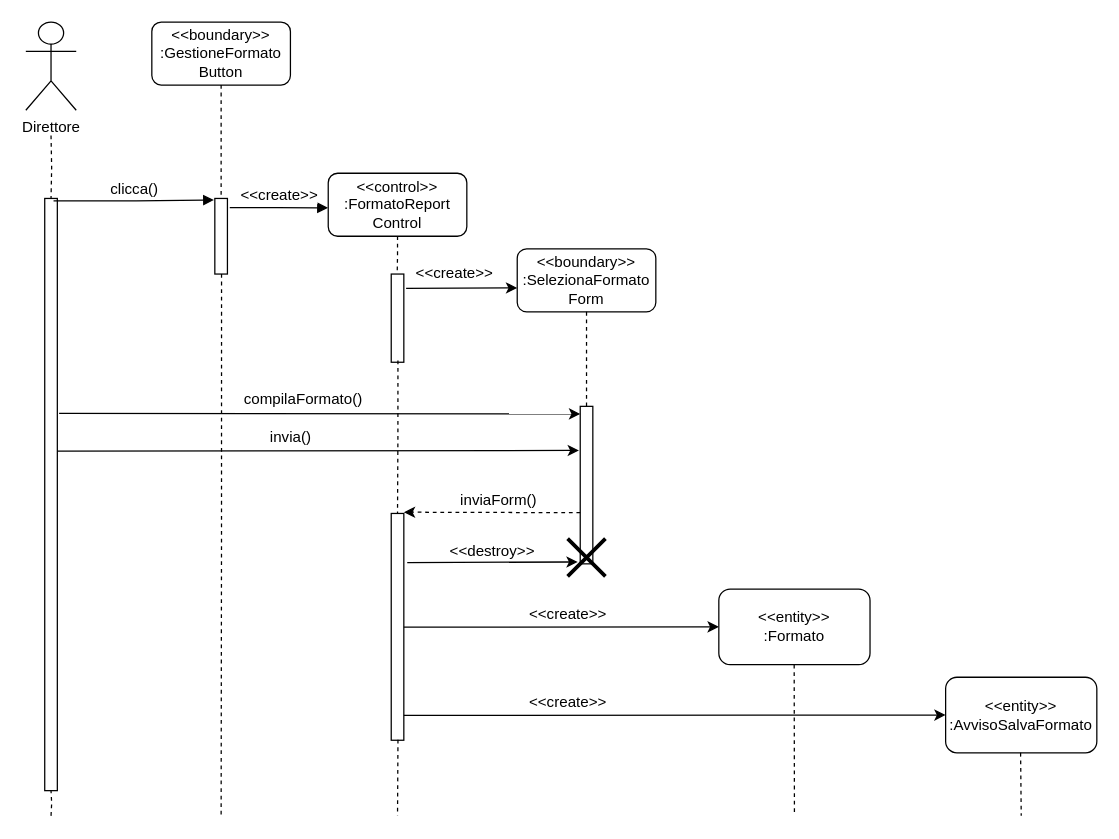
Before: Documentazione/Resources/Sequence Diagram/Formato Report/Sequence Diagram FormatReport.drawio in Alberto-00/EasyPass, a draw.io diagram. Source tidied: cells renumbered, new cells numbered last; positions are measured from the earlier drawing's top-left corner, leaving out a move shared by most shapes. Both pictures are drawn from the tidied source at 126%, with x=0, y=0 at pixel (25, 21).
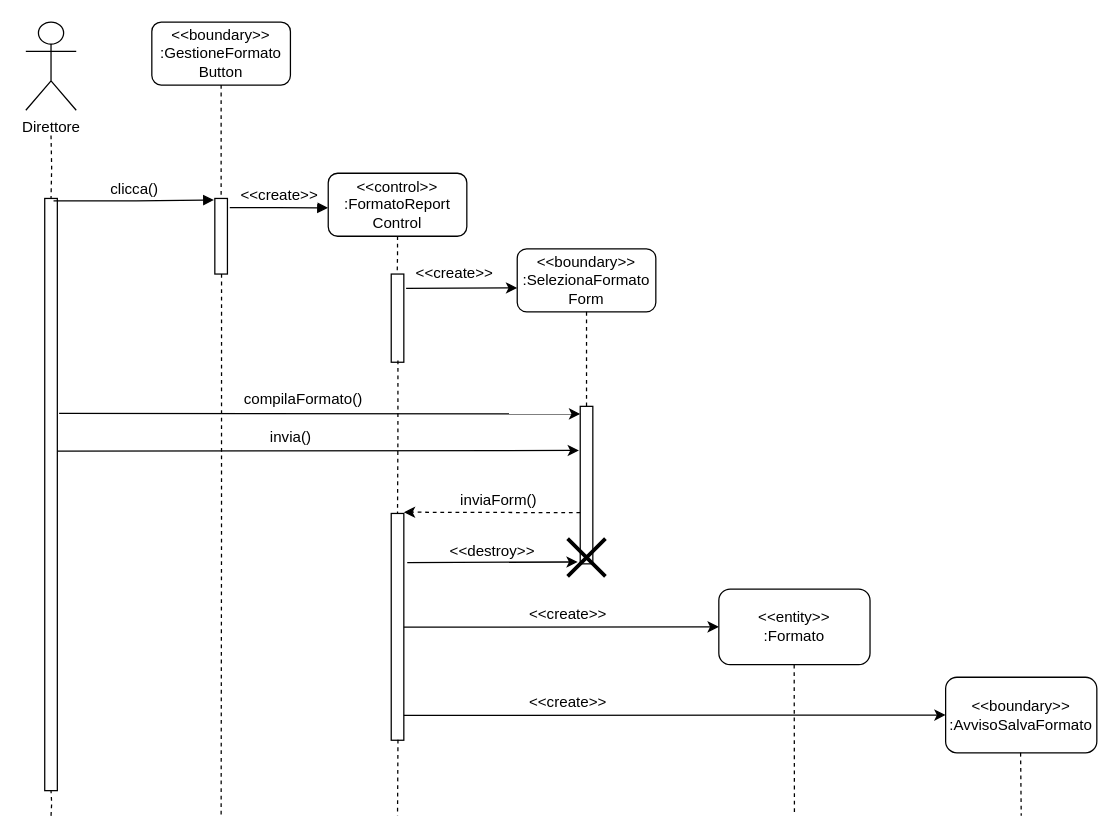
Above is the later version.

What changed in the source:
```diff
@@
-    <mxCell id="36" value="&amp;lt;&amp;lt;entity&amp;gt;&amp;gt;&lt;br&gt;:AvvisoSalvaFormato" style="rounded=1;whiteSpace=wrap;html=1;fontFamily=Helvetica;fontSize=12;" parent="1" vertex="1">
+    <mxCell id="36" value="&amp;lt;&amp;lt;boundary&amp;gt;&amp;gt;&lt;br&gt;:AvvisoSalvaFormato" style="rounded=1;whiteSpace=wrap;html=1;fontFamily=Helvetica;fontSize=12;" parent="1" vertex="1">
       <mxGeometry x="730" y="520" width="120" height="60" as="geometry" />
     </mxCell>
```
